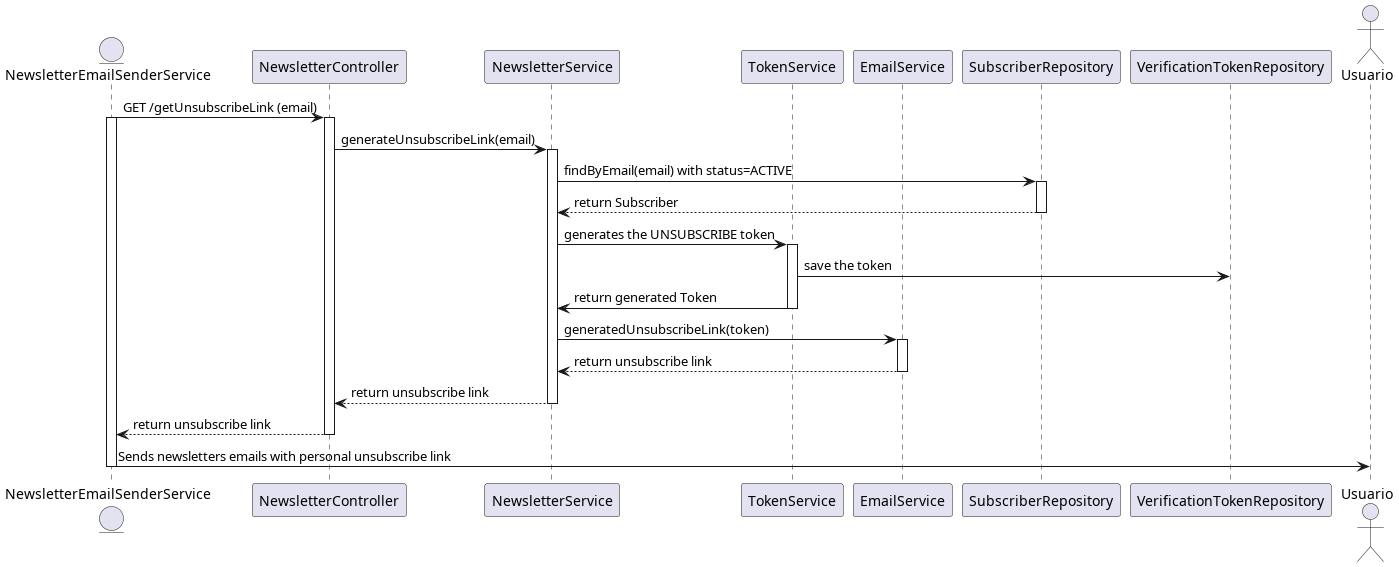
Earlier version of the PlantUML export out/plantUML/unsubscribelink_generation_sequence_diagram/unsubscribeLink_generation_sequence_diagram.png (raullopezpenalva/Newsletter-Service).
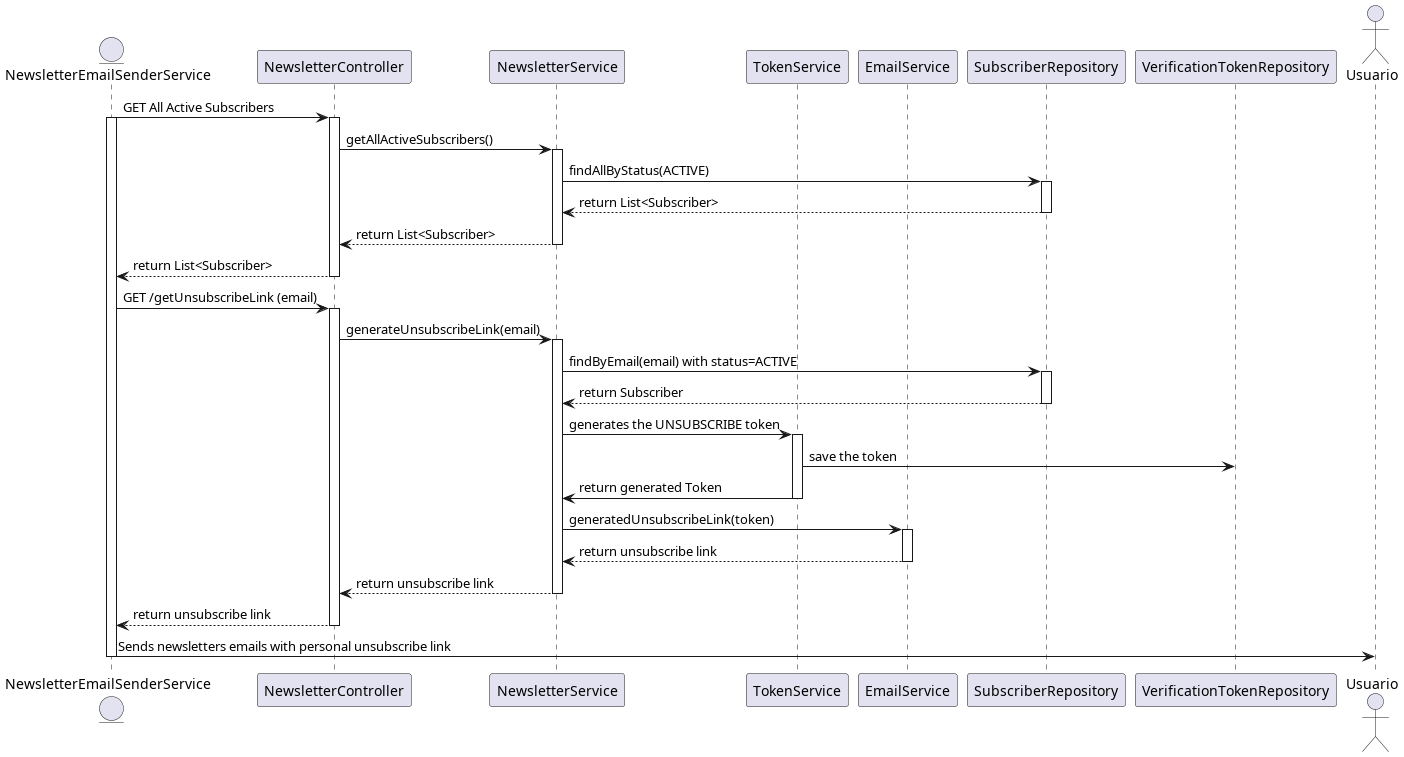
Later version of the same file.

Commit message:
Refactor unsubscribe sequence diagram to include active subscriber retrieval flow for clarity

The edit, as a diff of the source:
```diff
@@ -10,8 +10,21 @@
 
 actor Usuario
 
+EmailSenderService -> Controller : GET All Active Subscribers
+activate EmailSenderService
+activate Controller
+Controller -> Service : getAllActiveSubscribers()
+activate Service
+Service -> Repo : findAllByStatus(ACTIVE)
+activate Repo
+Repo --> Service : return List<Subscriber>
+deactivate Repo
+Service --> Controller : return List<Subscriber>
+deactivate Service
+Controller --> EmailSenderService : return List<Subscriber>
+deactivate Controller
+
 EmailSenderService -> Controller : GET /getUnsubscribeLink (email)
-activate EmailSenderService
 activate Controller
 Controller -> Service : generateUnsubscribeLink(email)
 activate Service
```
